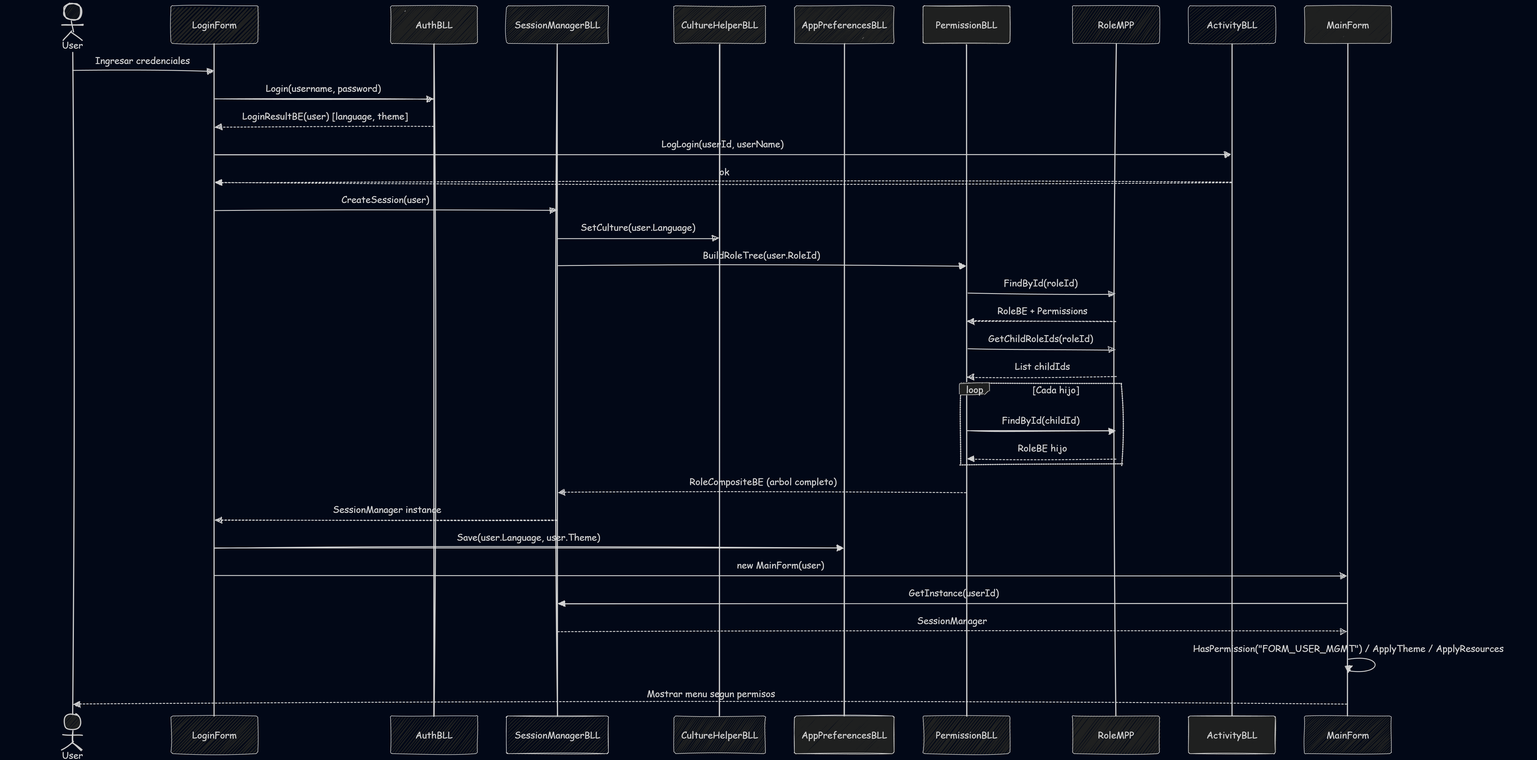
Before: docs/mermaid-live/secuencia-login.png, a diagram exported from Mermaid (DarioZubaray/Proyecto-Final). Its source is kept beside it as docs/mermaid-live/secuencia-login.mmd. Source of this version:
```mermaid
sequenceDiagram
    actor User
    participant LF as LoginForm
    participant Auth as AuthBLL
    participant SM as SessionManagerBLL
    participant CH as CultureHelperBLL
    participant AP as AppPreferencesBLL
    participant PBLL as PermissionBLL
    participant RMPP as RoleMPP
    participant Act as ActivityBLL
    participant MF as MainForm

    User->>LF: Ingresar credenciales
    LF->>Auth: Login(username, password)
    Auth-->>LF: LoginResultBE(user) [language, theme]
    LF->>Act: LogLogin(userId, userName)
    Act-->>LF: ok
    LF->>SM: CreateSession(user)
    SM->>CH: SetCulture(user.Language)
    SM->>PBLL: BuildRoleTree(user.RoleId)
    PBLL->>RMPP: FindById(roleId)
    RMPP-->>PBLL: RoleBE + Permissions
    PBLL->>RMPP: GetChildRoleIds(roleId)
    RMPP-->>PBLL: List childIds
    loop Cada hijo
        PBLL->>RMPP: FindById(childId)
        RMPP-->>PBLL: RoleBE hijo
    end
    PBLL-->>SM: RoleCompositeBE (arbol completo)
    SM-->>LF: SessionManager instance
    LF->>AP: Save(user.Language, user.Theme)
    LF->>MF: new MainForm(user)
    MF->>SM: GetInstance(userId)
    SM-->>MF: SessionManager
    MF->>MF: HasPermission("FORM_USER_MGMT") / ApplyTheme / ApplyResources
    MF-->>User: Mostrar menu segun permisos
```
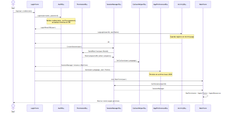
After the change.

Diff of the diagram source:
```diff
@@ -2,35 +2,29 @@
     actor User
     participant LF as LoginForm
     participant Auth as AuthBLL
+    participant PBLL as PermissionBLL
     participant SM as SessionManagerBLL
     participant CH as CultureHelperBLL
     participant AP as AppPreferencesBLL
-    participant PBLL as PermissionBLL
-    participant RMPP as RoleMPP
     participant Act as ActivityBLL
     participant MF as MainForm
 
     User->>LF: Ingresar credenciales
     LF->>Auth: Login(username, password)
-    Auth-->>LF: LoginResultBE(user) [language, theme]
+    Note over Auth: Valida credenciales, verifica password,<br/>actualiza intentos en DB
+    Auth-->>LF: LoginResultBE(user)
     LF->>Act: LogLogin(userId, userName)
+    Note over Act: Guarda registro en ActivityLogs
     Act-->>LF: ok
     LF->>SM: CreateSession(user)
+    SM->>PBLL: BuildRoleTree(user.RoleId)
+    PBLL-->>SM: RoleCompositeBE (árbol completo)
     SM->>CH: SetCulture(user.Language)
-    SM->>PBLL: BuildRoleTree(user.RoleId)
-    PBLL->>RMPP: FindById(roleId)
-    RMPP-->>PBLL: RoleBE + Permissions
-    PBLL->>RMPP: GetChildRoleIds(roleId)
-    RMPP-->>PBLL: List childIds
-    loop Cada hijo
-        PBLL->>RMPP: FindById(childId)
-        RMPP-->>PBLL: RoleBE hijo
-    end
-    PBLL-->>SM: RoleCompositeBE (arbol completo)
-    SM-->>LF: SessionManager instance
+    SM-->>LF: SessionManager instance (Multiton)
     LF->>AP: Save(user.Language, user.Theme)
+    Note over AP: Persiste en archivo local JSON
     LF->>MF: new MainForm(user)
     MF->>SM: GetInstance(userId)
     SM-->>MF: SessionManager
-    MF->>MF: HasPermission("FORM_USER_MGMT") / ApplyTheme / ApplyResources
-    MF-->>User: Mostrar menu segun permisos
+    MF->>MF: HasPermission / ApplyTheme / ApplyResources
+    MF-->>User: Mostrar menú según permisos
```
